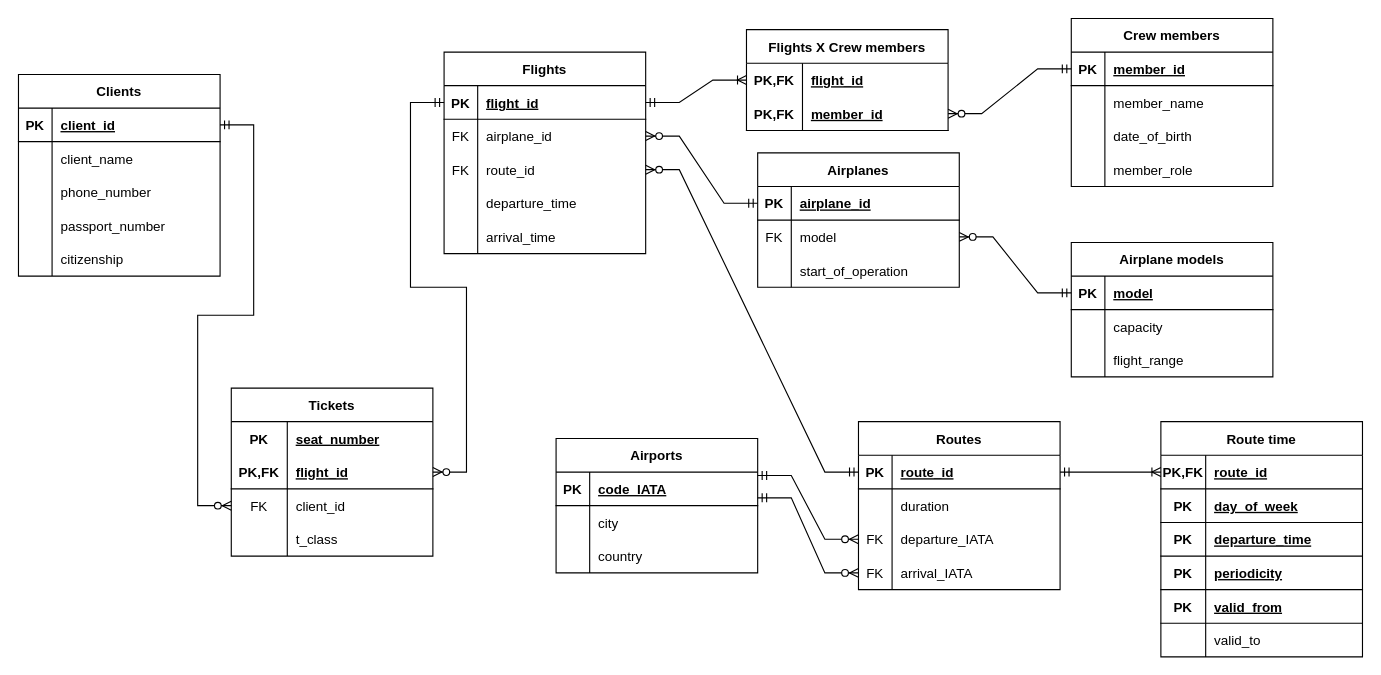
Earlier version of the draw.io diagram model/Logical_model.drawio (Slava314/DBProject). Source tidied: cells renumbered, new cells numbered last; positions are measured from the earlier drawing's top-left corner, leaving out a move shared by most shapes. Both pictures are drawn from the tidied source at 112%, with x=0, y=0 at pixel (18, 18).
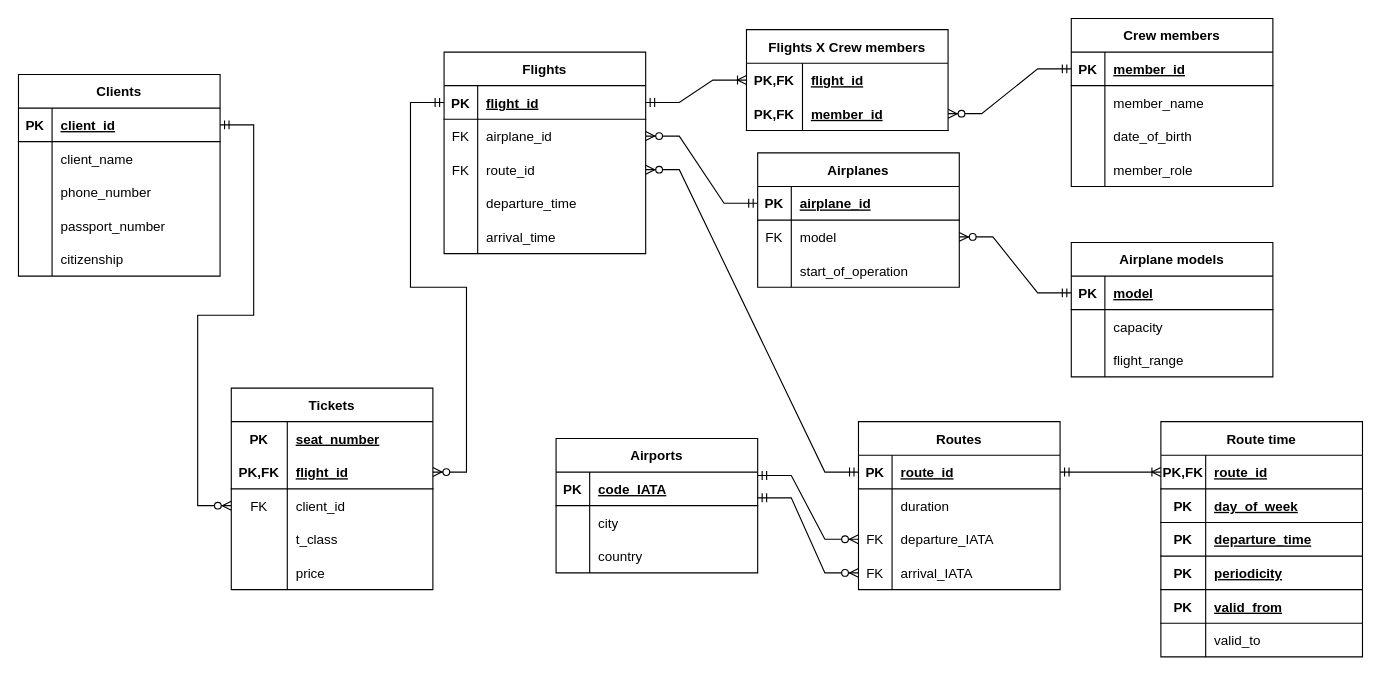
Above is the later version.

What changed in the source:
```diff
@@
     <mxCell id="87" value="Tickets" style="shape=table;startSize=30;childLayout=tableLayout;rowLines=0;fontStyle=1;align=center;" parent="1" vertex="1">
-      <mxGeometry x="190" y="330" width="180" height="150" as="geometry" />
+      <mxGeometry x="190" y="330" width="180" height="180" as="geometry" />
     </mxCell>
@@
+    <mxCell id="139" style="shape=tableRow;horizontal=0;startSize=0;swimlaneHead=0;swimlaneBody=0;fillColor=none;top=0;left=0;right=0;bottom=0;" parent="87" vertex="1">
+      <mxGeometry y="150" width="180" height="30" as="geometry" />
+    </mxCell>
+    <mxCell id="140" style="shape=partialRectangle;fillColor=none;top=0;left=0;bottom=0;right=0;overflow=hidden;" parent="139" vertex="1">
+      <mxGeometry width="50" height="30" as="geometry" />
+    </mxCell>
+    <mxCell id="141" value="price" style="shape=partialRectangle;fillColor=none;top=0;left=0;bottom=0;right=0;align=left;spacingLeft=6;overflow=hidden;" parent="139" vertex="1">
+      <mxGeometry x="50" width="130" height="30" as="geometry" />
+    </mxCell>
```
